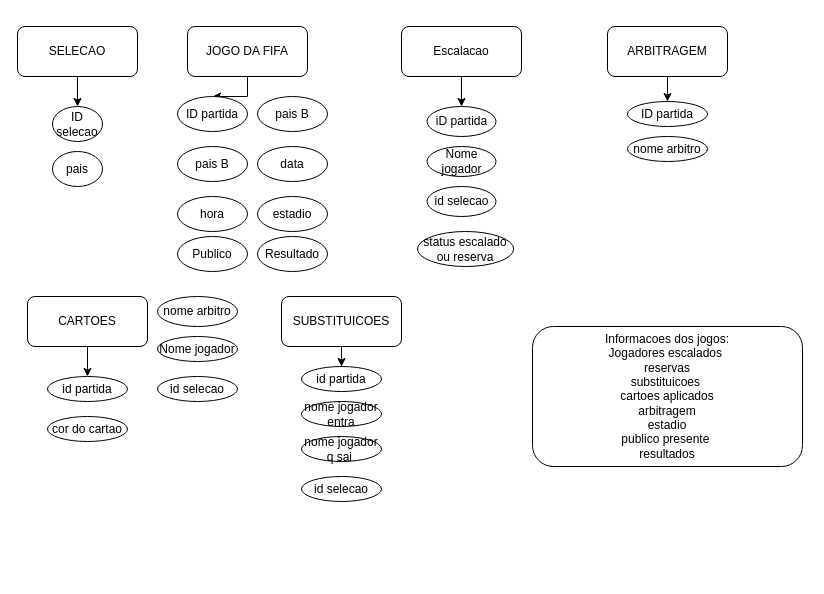
Earlier version of the draw.io diagram fifaGames.drawio (marinasauer/dev_sis_senai). Source tidied: cells renumbered, new cells numbered last; positions are measured from the earlier drawing's top-left corner, leaving out a move shared by most shapes. Both pictures are drawn from the tidied source at 100%, with x=0, y=0 at pixel (17, 26).
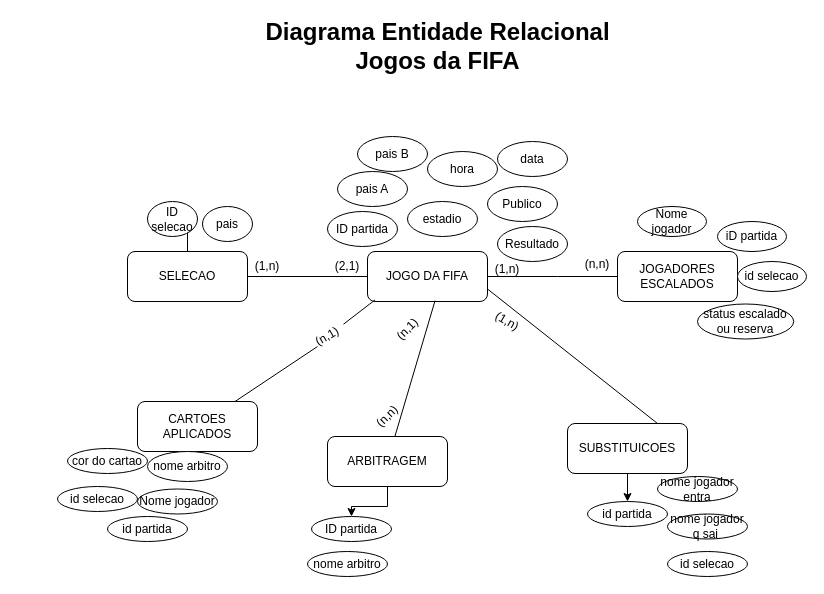
The same diagram, later.

Change to the diagram source:
```diff
@@
-    <mxCell id="2" style="edgeStyle=orthogonalEdgeStyle;rounded=0;jettySize=auto;html=1;" parent="1" edge="1" source="3" target="5">
-      <mxGeometry relative="1" as="geometry" />
-    </mxCell>
+    <mxCell id="40" style="edgeStyle=orthogonalEdgeStyle;rounded=0;jettySize=auto;html=1;" parent="1" edge="1" source="3">
+      <mxGeometry relative="1" as="geometry">
+        <mxPoint x="210" y="250" as="targetPoint" />
+      </mxGeometry>
+    </mxCell>
+    <mxCell id="41" style="edgeStyle=orthogonalEdgeStyle;rounded=0;jettySize=auto;html=1;" parent="1" edge="1" source="3">
+      <mxGeometry relative="1" as="geometry">
+        <mxPoint x="610" y="250" as="targetPoint" />
+      </mxGeometry>
+    </mxCell>
     <mxCell id="3" value="JOGO DA FIFA" style="rounded=1;whiteSpace=wrap;html=1;" parent="1" vertex="1">
-      <mxGeometry x="170" width="120" height="50" as="geometry" />
+      <mxGeometry x="350" y="225" width="120" height="50" as="geometry" />
     </mxCell>
-    <mxCell id="4" value="Informacoes dos jogos:&lt;br&gt;Jogadores escalados&amp;nbsp;&lt;br&gt;reservas&lt;br&gt;substituicoes&amp;nbsp;&lt;br&gt;cartoes aplicados&lt;br&gt;arbitragem&lt;br&gt;estadio&lt;br&gt;publico presente&amp;nbsp;&lt;br&gt;resultados" style="rounded=1;whiteSpace=wrap;html=1;" parent="1" vertex="1">
-      <mxGeometry x="515" y="300" width="270" height="140" as="geometry" />
-    </mxCell>
     <mxCell id="5" value="ID partida" style="ellipse;whiteSpace=wrap;html=1;rounded=1;" parent="1" vertex="1">
-      <mxGeometry x="160" y="70" width="70" height="35" as="geometry" />
+      <mxGeometry x="310" y="185" width="70" height="35" as="geometry" />
     </mxCell>
     <mxCell id="6" value="pais B" style="ellipse;whiteSpace=wrap;html=1;rounded=1;" parent="1" vertex="1">
-      <mxGeometry x="240" y="70" width="70" height="35" as="geometry" />
+      <mxGeometry x="340" y="110" width="70" height="35" as="geometry" />
     </mxCell>
-    <mxCell id="7" style="edgeStyle=orthogonalEdgeStyle;rounded=0;jettySize=auto;html=1;" parent="1" edge="1" source="8" target="17">
-      <mxGeometry relative="1" as="geometry" />
-    </mxCell>
-    <mxCell id="8" value="Escalacao" style="rounded=1;whiteSpace=wrap;html=1;" parent="1" vertex="1">
-      <mxGeometry x="384" width="120" height="50" as="geometry" />
+    <mxCell id="8" value="JOGADORES ESCALADOS" style="rounded=1;whiteSpace=wrap;html=1;" parent="1" vertex="1">
+      <mxGeometry x="600" y="225" width="120" height="50" as="geometry" />
     </mxCell>
@@
-    <mxCell id="10" value="ARBITRAGEM" style="rounded=1;whiteSpace=wrap;html=1;" parent="1" vertex="1">
-      <mxGeometry x="590" width="120" height="50" as="geometry" />
-    </mxCell>
-    <mxCell id="11" value="pais B" style="ellipse;whiteSpace=wrap;html=1;rounded=1;" parent="1" vertex="1">
-      <mxGeometry x="160" y="120" width="70" height="35" as="geometry" />
+    <mxCell id="11" value="pais A" style="ellipse;whiteSpace=wrap;html=1;rounded=1;" parent="1" vertex="1">
+      <mxGeometry x="320" y="145" width="70" height="35" as="geometry" />
     </mxCell>
     <mxCell id="12" value="data" style="ellipse;whiteSpace=wrap;html=1;rounded=1;" parent="1" vertex="1">
-      <mxGeometry x="240" y="120" width="70" height="35" as="geometry" />
+      <mxGeometry x="480" y="115" width="70" height="35" as="geometry" />
     </mxCell>
     <mxCell id="13" value="hora" style="ellipse;whiteSpace=wrap;html=1;rounded=1;" parent="1" vertex="1">
-      <mxGeometry x="160" y="170" width="70" height="35" as="geometry" />
+      <mxGeometry x="410" y="125" width="70" height="35" as="geometry" />
     </mxCell>
     <mxCell id="14" value="estadio" style="ellipse;whiteSpace=wrap;html=1;rounded=1;" parent="1" vertex="1">
-      <mxGeometry x="240" y="170" width="70" height="35" as="geometry" />
+      <mxGeometry x="390" y="175" width="70" height="35" as="geometry" />
     </mxCell>
     <mxCell id="15" value="Publico" style="ellipse;whiteSpace=wrap;html=1;rounded=1;" parent="1" vertex="1">
-      <mxGeometry x="160" y="210" width="70" height="35" as="geometry" />
+      <mxGeometry x="470" y="160" width="70" height="35" as="geometry" />
     </mxCell>
     <mxCell id="16" value="Resultado" style="ellipse;whiteSpace=wrap;html=1;rounded=1;" parent="1" vertex="1">
-      <mxGeometry x="240" y="210" width="70" height="35" as="geometry" />
+      <mxGeometry x="480" y="200" width="70" height="35" as="geometry" />
     </mxCell>
     <mxCell id="17" value="iD partida" style="ellipse;whiteSpace=wrap;html=1;rounded=1;" parent="1" vertex="1">
-      <mxGeometry x="409.5" y="80" width="69" height="30" as="geometry" />
+      <mxGeometry x="700" y="195" width="69" height="30" as="geometry" />
     </mxCell>
     <mxCell id="18" value="Nome jogador" style="ellipse;whiteSpace=wrap;html=1;rounded=1;" parent="1" vertex="1">
-      <mxGeometry x="409.5" y="120" width="69" height="30" as="geometry" />
+      <mxGeometry x="620" y="180" width="69" height="30" as="geometry" />
     </mxCell>
     <mxCell id="19" value="id selecao" style="ellipse;whiteSpace=wrap;html=1;rounded=1;" parent="1" vertex="1">
-      <mxGeometry x="409.5" y="160" width="69" height="30" as="geometry" />
+      <mxGeometry x="720" y="235" width="69" height="30" as="geometry" />
     </mxCell>
     <mxCell id="20" value="status escalado ou reserva" style="ellipse;whiteSpace=wrap;html=1;rounded=1;" parent="1" vertex="1">
-      <mxGeometry x="400" y="205" width="96.2" height="35" as="geometry" />
+      <mxGeometry x="680" y="277.5" width="96.2" height="35" as="geometry" />
     </mxCell>
@@
     <mxCell id="22" value="SELECAO" style="rounded=1;whiteSpace=wrap;html=1;" parent="1" vertex="1">
-      <mxGeometry width="120" height="50" as="geometry" />
+      <mxGeometry x="110" y="225" width="120" height="50" as="geometry" />
     </mxCell>
     <mxCell id="23" value="ID selecao" style="ellipse;whiteSpace=wrap;html=1;rounded=1;" parent="1" vertex="1">
-      <mxGeometry x="35" y="80" width="50" height="35" as="geometry" />
+      <mxGeometry x="130" y="175" width="50" height="35" as="geometry" />
     </mxCell>
     <mxCell id="24" value="pais" style="ellipse;whiteSpace=wrap;html=1;rounded=1;" parent="1" vertex="1">
-      <mxGeometry x="35" y="125" width="50" height="35" as="geometry" />
+      <mxGeometry x="185" y="180" width="50" height="35" as="geometry" />
     </mxCell>
     <mxCell id="25" value="ID partida" style="ellipse;whiteSpace=wrap;html=1;rounded=1;" parent="1" vertex="1">
-      <mxGeometry x="610" y="75" width="80" height="25" as="geometry" />
+      <mxGeometry x="294" y="490" width="80" height="25" as="geometry" />
     </mxCell>
     <mxCell id="26" value="nome arbitro" style="ellipse;whiteSpace=wrap;html=1;rounded=1;" parent="1" vertex="1">
-      <mxGeometry x="610" y="110" width="80" height="25" as="geometry" />
+      <mxGeometry x="290" y="525" width="80" height="25" as="geometry" />
     </mxCell>
-    <mxCell id="27" style="edgeStyle=orthogonalEdgeStyle;rounded=0;jettySize=auto;html=1;" parent="1" edge="1" source="28" target="29">
-      <mxGeometry relative="1" as="geometry" />
-    </mxCell>
-    <mxCell id="28" value="CARTOES" style="rounded=1;whiteSpace=wrap;html=1;" parent="1" vertex="1">
-      <mxGeometry x="10" y="270" width="120" height="50" as="geometry" />
+    <mxCell id="28" value="CARTOES&lt;br&gt;APLICADOS" style="rounded=1;whiteSpace=wrap;html=1;" parent="1" vertex="1">
+      <mxGeometry x="120" y="375" width="120" height="50" as="geometry" />
     </mxCell>
     <mxCell id="29" value="id partida" style="ellipse;whiteSpace=wrap;html=1;rounded=1;" parent="1" vertex="1">
-      <mxGeometry x="30" y="350" width="80" height="25" as="geometry" />
+      <mxGeometry x="90" y="490" width="80" height="25" as="geometry" />
     </mxCell>
     <mxCell id="30" value="cor do cartao" style="ellipse;whiteSpace=wrap;html=1;rounded=1;" parent="1" vertex="1">
-      <mxGeometry x="30" y="390" width="80" height="25" as="geometry" />
+      <mxGeometry x="50" y="422" width="80" height="25" as="geometry" />
     </mxCell>
     <mxCell id="31" value="Nome jogador" style="ellipse;whiteSpace=wrap;html=1;rounded=1;" parent="1" vertex="1">
-      <mxGeometry x="140" y="310" width="80" height="25" as="geometry" />
+      <mxGeometry x="120" y="462.5" width="80" height="25" as="geometry" />
     </mxCell>
     <mxCell id="32" value="id selecao" style="ellipse;whiteSpace=wrap;html=1;rounded=1;" parent="1" vertex="1">
-      <mxGeometry x="140" y="350" width="80" height="25" as="geometry" />
+      <mxGeometry x="40" y="460" width="80" height="25" as="geometry" />
     </mxCell>
     <mxCell id="33" value="nome arbitro" style="ellipse;whiteSpace=wrap;html=1;rounded=1;" parent="1" vertex="1">
-      <mxGeometry x="140" y="270" width="80" height="30" as="geometry" />
+      <mxGeometry x="130" y="425" width="80" height="30" as="geometry" />
     </mxCell>
@@
     <mxCell id="35" value="SUBSTITUICOES" style="rounded=1;whiteSpace=wrap;html=1;" parent="1" vertex="1">
-      <mxGeometry x="264" y="270" width="120" height="50" as="geometry" />
+      <mxGeometry x="550" y="397" width="120" height="50" as="geometry" />
     </mxCell>
     <mxCell id="36" value="id partida" style="ellipse;whiteSpace=wrap;html=1;rounded=1;" parent="1" vertex="1">
-      <mxGeometry x="284" y="340" width="80" height="25" as="geometry" />
+      <mxGeometry x="570" y="475" width="80" height="25" as="geometry" />
     </mxCell>
     <mxCell id="37" value="nome jogador entra" style="ellipse;whiteSpace=wrap;html=1;rounded=1;" parent="1" vertex="1">
-      <mxGeometry x="284" y="375" width="80" height="25" as="geometry" />
+      <mxGeometry x="640" y="450" width="80" height="25" as="geometry" />
     </mxCell>
     <mxCell id="38" value="nome jogador q sai&amp;nbsp;" style="ellipse;whiteSpace=wrap;html=1;rounded=1;" parent="1" vertex="1">
-      <mxGeometry x="284" y="410" width="80" height="25" as="geometry" />
+      <mxGeometry x="650" y="487.5" width="80" height="25" as="geometry" />
     </mxCell>
     <mxCell id="39" value="id selecao" style="ellipse;whiteSpace=wrap;html=1;rounded=1;" parent="1" vertex="1">
-      <mxGeometry x="284" y="450" width="80" height="25" as="geometry" />
+      <mxGeometry x="650" y="525" width="80" height="25" as="geometry" />
     </mxCell>
+    <mxCell id="42" style="endArrow=none;html=1;rounded=0;entryX=0.063;entryY=0.968;entryDx=0;entryDy=0;entryPerimeter=0;" parent="1" edge="1" source="49" target="3">
+      <mxGeometry relative="1" as="geometry" />
+    </mxCell>
+    <mxCell id="43" style="endArrow=none;html=1;rounded=0;entryX=1;entryY=0.75;entryDx=0;entryDy=0;exitX=0.75;exitY=0;exitDx=0;exitDy=0;" parent="1" edge="1" source="35" target="3">
+      <mxGeometry relative="1" as="geometry" />
+    </mxCell>
+    <mxCell id="44" style="endArrow=none;html=1;rounded=0;entryX=0.563;entryY=0.984;entryDx=0;entryDy=0;entryPerimeter=0;" parent="1" edge="1" source="10" target="3">
+      <mxGeometry relative="1" as="geometry" />
+    </mxCell>
+    <mxCell id="10" value="ARBITRAGEM" style="rounded=1;whiteSpace=wrap;html=1;" parent="1" vertex="1">
+      <mxGeometry x="310" y="410" width="120" height="50" as="geometry" />
+    </mxCell>
+    <mxCell id="45" value="(1,n)" style="text;html=1;strokeColor=none;fillColor=none;align=center;verticalAlign=middle;whiteSpace=wrap;rounded=0;" parent="1" vertex="1">
+      <mxGeometry x="230" y="235" width="40" height="10" as="geometry" />
+    </mxCell>
+    <mxCell id="46" value="(2,1)" style="text;html=1;strokeColor=none;fillColor=none;align=center;verticalAlign=middle;whiteSpace=wrap;rounded=0;" parent="1" vertex="1">
+      <mxGeometry x="310" y="235" width="40" height="10" as="geometry" />
+    </mxCell>
+    <mxCell id="47" value="(1,n)" style="text;html=1;strokeColor=none;fillColor=none;align=center;verticalAlign=middle;whiteSpace=wrap;rounded=0;" parent="1" vertex="1">
+      <mxGeometry x="470" y="235" width="40" height="15" as="geometry" />
+    </mxCell>
+    <mxCell id="48" style="endArrow=none;html=1;rounded=0;" parent="1" edge="1" source="28">
+      <mxGeometry relative="1" as="geometry">
+        <mxPoint x="300" y="320" as="targetPoint" />
+      </mxGeometry>
+    </mxCell>
+    <mxCell id="49" value="(n,1)" style="text;html=1;strokeColor=none;fillColor=none;align=center;verticalAlign=middle;whiteSpace=wrap;rounded=0;rotation=-30;" parent="1" vertex="1">
+      <mxGeometry x="290" y="300" width="40" height="20" as="geometry" />
+    </mxCell>
+    <mxCell id="50" value="(n,1)" style="text;html=1;strokeColor=none;fillColor=none;align=center;verticalAlign=middle;whiteSpace=wrap;rounded=0;rotation=-45;" parent="1" vertex="1">
+      <mxGeometry x="370" y="292.5" width="40" height="20" as="geometry" />
+    </mxCell>
+    <mxCell id="51" value="(n,n)" style="text;html=1;strokeColor=none;fillColor=none;align=center;verticalAlign=middle;whiteSpace=wrap;rounded=0;rotation=-45;" parent="1" vertex="1">
+      <mxGeometry x="350" y="380" width="40" height="20" as="geometry" />
+    </mxCell>
+    <mxCell id="52" value="(1,n)" style="text;html=1;strokeColor=none;fillColor=none;align=center;verticalAlign=middle;whiteSpace=wrap;rounded=0;rotation=30;" parent="1" vertex="1">
+      <mxGeometry x="470" y="285" width="40" height="20" as="geometry" />
+    </mxCell>
+    <mxCell id="53" value="Diagrama Entidade Relacional &lt;br&gt;Jogos da FIFA" style="text;strokeColor=none;fillColor=none;html=1;fontSize=24;fontStyle=1;verticalAlign=middle;align=center;" parent="1" vertex="1">
+      <mxGeometry x="370" width="100" height="40" as="geometry" />
+    </mxCell>
+    <mxCell id="54" value="(n,n)" style="text;html=1;strokeColor=none;fillColor=none;align=center;verticalAlign=middle;whiteSpace=wrap;rounded=0;" parent="1" vertex="1">
+      <mxGeometry x="560" y="230" width="40" height="15" as="geometry" />
+    </mxCell>
```
